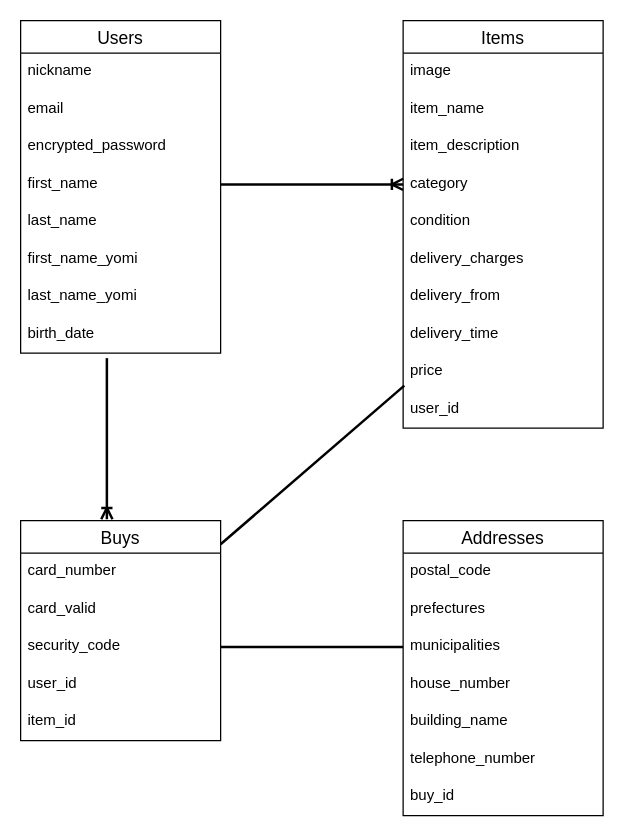
Before: ER図.dio in kazushoutora/furima-39238, a draw.io diagram. Source tidied: cells renumbered, new cells numbered last; positions are measured from the earlier drawing's top-left corner, leaving out a move shared by most shapes. Both pictures are drawn from the tidied source at 125%, with x=0, y=0 at pixel (20, 20).
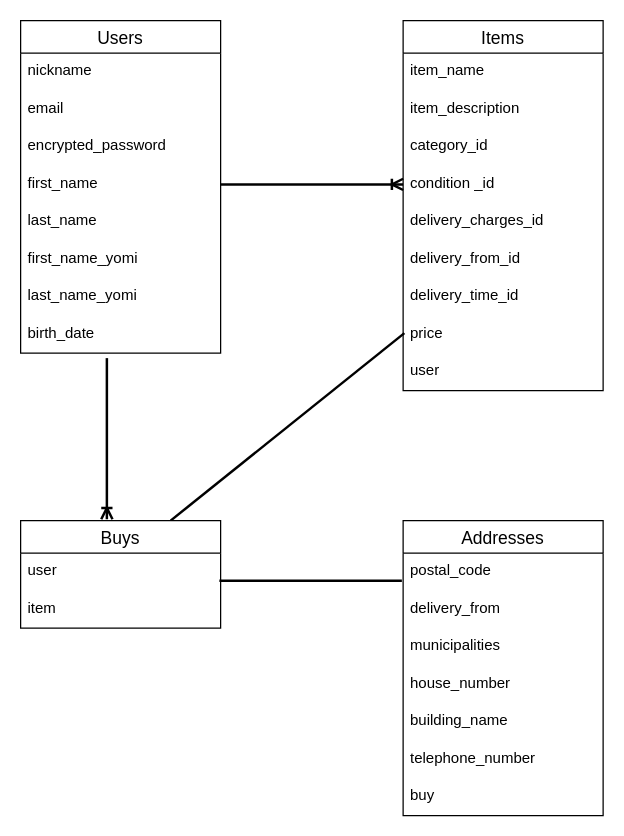
The same page after the edit.

Commit message (it also covers changes not shown here):
データベース設計修正2

The change refers to these unchanged cells:
```xml
<mxCell id="29" value="Addresses" style="swimlane;fontStyle=0;horizontal=1;startSize=26;align=center;fontSize=14;" parent="1" vertex="1">
  <mxGeometry x="306" y="400" width="160" height="236" as="geometry" />
</mxCell>
<mxCell id="32" value="municipalities" style="text;strokeColor=none;fillColor=none;spacingLeft=4;spacingRight=4;overflow=hidden;points=[[0,0.5],[1,0.5]];portConstraint=eastwest;fontSize=12;" parent="29" vertex="1">
  <mxGeometry y="86" width="160" height="30" as="geometry" />
</mxCell>
```

What changed in the source:
```diff
@@
     <mxCell id="11" value="Items" style="swimlane;fontStyle=0;horizontal=1;startSize=26;align=center;fontSize=14;" parent="1" vertex="1">
-      <mxGeometry x="306" width="160" height="326" as="geometry" />
+      <mxGeometry x="306" width="160" height="296" as="geometry" />
     </mxCell>
-    <mxCell id="12" value="image" style="text;strokeColor=none;fillColor=none;spacingLeft=4;spacingRight=4;overflow=hidden;fontSize=12;" parent="11" vertex="1">
-      <mxGeometry y="26" width="160" height="30" as="geometry" />
-    </mxCell>
     <mxCell id="13" value="item_name" style="text;strokeColor=none;fillColor=none;spacingLeft=4;spacingRight=4;overflow=hidden;fontSize=12;" parent="11" vertex="1">
-      <mxGeometry y="56" width="160" height="30" as="geometry" />
+      <mxGeometry y="26" width="160" height="30" as="geometry" />
     </mxCell>
     <mxCell id="14" value="item_description" style="text;strokeColor=none;fillColor=none;spacingLeft=4;spacingRight=4;overflow=hidden;fontSize=12;" parent="11" vertex="1">
-      <mxGeometry y="86" width="160" height="30" as="geometry" />
+      <mxGeometry y="56" width="160" height="30" as="geometry" />
     </mxCell>
-    <mxCell id="15" value="category" style="text;strokeColor=none;fillColor=none;spacingLeft=4;spacingRight=4;overflow=hidden;points=[[0,0.5],[1,0.5]];portConstraint=eastwest;fontSize=12;" parent="11" vertex="1">
-      <mxGeometry y="116" width="160" height="30" as="geometry" />
+    <mxCell id="15" value="category_id&#10;" style="text;strokeColor=none;fillColor=none;spacingLeft=4;spacingRight=4;overflow=hidden;points=[[0,0.5],[1,0.5]];portConstraint=eastwest;fontSize=12;" parent="11" vertex="1">
+      <mxGeometry y="86" width="160" height="30" as="geometry" />
     </mxCell>
-    <mxCell id="16" value="condition        " style="text;strokeColor=none;fillColor=none;spacingLeft=4;spacingRight=4;overflow=hidden;points=[[0,0.5],[1,0.5]];portConstraint=eastwest;fontSize=12;" parent="11" vertex="1">
-      <mxGeometry y="146" width="160" height="30" as="geometry" />
+    <mxCell id="16" value="condition _id" style="text;strokeColor=none;fillColor=none;spacingLeft=4;spacingRight=4;overflow=hidden;points=[[0,0.5],[1,0.5]];portConstraint=eastwest;fontSize=12;" parent="11" vertex="1">
+      <mxGeometry y="116" width="160" height="30" as="geometry" />
     </mxCell>
-    <mxCell id="17" value="delivery_charges" style="text;strokeColor=none;fillColor=none;spacingLeft=4;spacingRight=4;overflow=hidden;fontSize=12;" parent="11" vertex="1">
-      <mxGeometry y="176" width="160" height="30" as="geometry" />
+    <mxCell id="17" value="delivery_charges_id" style="text;strokeColor=none;fillColor=none;spacingLeft=4;spacingRight=4;overflow=hidden;fontSize=12;" parent="11" vertex="1">
+      <mxGeometry y="146" width="160" height="30" as="geometry" />
     </mxCell>
-    <mxCell id="18" value="delivery_from" style="text;strokeColor=none;fillColor=none;spacingLeft=4;spacingRight=4;overflow=hidden;fontSize=12;" parent="11" vertex="1">
-      <mxGeometry y="206" width="160" height="30" as="geometry" />
+    <mxCell id="18" value="delivery_from_id" style="text;strokeColor=none;fillColor=none;spacingLeft=4;spacingRight=4;overflow=hidden;fontSize=12;" parent="11" vertex="1">
+      <mxGeometry y="176" width="160" height="30" as="geometry" />
     </mxCell>
-    <mxCell id="19" value="delivery_time" style="text;strokeColor=none;fillColor=none;spacingLeft=4;spacingRight=4;overflow=hidden;fontSize=12;" parent="11" vertex="1">
-      <mxGeometry y="236" width="160" height="30" as="geometry" />
+    <mxCell id="19" value="delivery_time_id" style="text;strokeColor=none;fillColor=none;spacingLeft=4;spacingRight=4;overflow=hidden;fontSize=12;" parent="11" vertex="1">
+      <mxGeometry y="206" width="160" height="30" as="geometry" />
     </mxCell>
     <mxCell id="20" value="price" style="text;strokeColor=none;fillColor=none;spacingLeft=4;spacingRight=4;overflow=hidden;fontSize=12;" parent="11" vertex="1">
-      <mxGeometry y="266" width="160" height="30" as="geometry" />
+      <mxGeometry y="236" width="160" height="30" as="geometry" />
     </mxCell>
-    <mxCell id="21" value="user_id" style="text;strokeColor=none;fillColor=none;spacingLeft=4;spacingRight=4;overflow=hidden;points=[[0,0.5],[1,0.5]];portConstraint=eastwest;fontSize=12;" parent="11" vertex="1">
-      <mxGeometry y="296" width="160" height="30" as="geometry" />
+    <mxCell id="21" value="user" style="text;strokeColor=none;fillColor=none;spacingLeft=4;spacingRight=4;overflow=hidden;points=[[0,0.5],[1,0.5]];portConstraint=eastwest;fontSize=12;" parent="11" vertex="1">
+      <mxGeometry y="266" width="160" height="30" as="geometry" />
     </mxCell>
-    <mxCell id="22" style="edgeStyle=none;html=1;strokeWidth=2;endArrow=none;endFill=0;entryX=0.006;entryY=-0.133;entryDx=0;entryDy=0;entryPerimeter=0;" parent="1" edge="1" source="23" target="21">
-      <mxGeometry relative="1" as="geometry" />
+    <mxCell id="22" style="edgeStyle=none;html=1;strokeWidth=2;endArrow=none;endFill=0;entryX=0.006;entryY=-0.133;entryDx=0;entryDy=0;entryPerimeter=0;exitX=0.75;exitY=0;exitDx=0;exitDy=0;" parent="1" edge="1" source="23">
+      <mxGeometry relative="1" as="geometry">
+        <mxPoint x="307" y="250" as="targetPoint" />
+      </mxGeometry>
     </mxCell>
     <mxCell id="23" value="Buys" style="swimlane;fontStyle=0;horizontal=1;startSize=26;align=center;fontSize=14;" parent="1" vertex="1">
-      <mxGeometry y="400" width="160" height="176" as="geometry" />
+      <mxGeometry y="400" width="160" height="86" as="geometry" />
     </mxCell>
-    <mxCell id="24" value="card_number" style="text;strokeColor=none;fillColor=none;spacingLeft=4;spacingRight=4;overflow=hidden;fontSize=12;" parent="23" vertex="1">
-      <mxGeometry y="26" width="160" height="30" as="geometry" />
-    </mxCell>
-    <mxCell id="25" value="card_valid" style="text;strokeColor=none;fillColor=none;spacingLeft=4;spacingRight=4;overflow=hidden;fontSize=12;" parent="23" vertex="1">
-      <mxGeometry y="56" width="160" height="30" as="geometry" />
-    </mxCell>
-    <mxCell id="26" value="security_code" style="text;strokeColor=none;fillColor=none;spacingLeft=4;spacingRight=4;overflow=hidden;points=[[0,0.5],[1,0.5]];portConstraint=eastwest;fontSize=12;" parent="23" vertex="1">
-      <mxGeometry y="86" width="160" height="30" as="geometry" />
-    </mxCell>
-    <mxCell id="27" value="user_id" style="text;strokeColor=none;fillColor=none;spacingLeft=4;spacingRight=4;overflow=hidden;fontSize=12;" parent="23" vertex="1">
-      <mxGeometry y="116" width="160" height="30" as="geometry" />
+    <mxCell id="27" value="user" style="text;strokeColor=none;fillColor=none;spacingLeft=4;spacingRight=4;overflow=hidden;fontSize=12;" parent="23" vertex="1">
+      <mxGeometry y="26" width="160" height="30" as="geometry" />
     </mxCell>
-    <mxCell id="28" value="item_id" style="text;strokeColor=none;fillColor=none;spacingLeft=4;spacingRight=4;overflow=hidden;fontSize=12;" parent="23" vertex="1">
-      <mxGeometry y="146" width="160" height="30" as="geometry" />
+    <mxCell id="28" value="item" style="text;strokeColor=none;fillColor=none;spacingLeft=4;spacingRight=4;overflow=hidden;fontSize=12;" parent="23" vertex="1">
+      <mxGeometry y="56" width="160" height="30" as="geometry" />
     </mxCell>
@@
-    <mxCell id="31" value="prefectures" style="text;strokeColor=none;fillColor=none;spacingLeft=4;spacingRight=4;overflow=hidden;fontSize=12;" parent="29" vertex="1">
+    <mxCell id="31" value="delivery_from" style="text;strokeColor=none;fillColor=none;spacingLeft=4;spacingRight=4;overflow=hidden;fontSize=12;" parent="29" vertex="1">
       <mxGeometry y="56" width="160" height="30" as="geometry" />
     </mxCell>
@@
-    <mxCell id="36" value="buy_id" style="text;strokeColor=none;fillColor=none;spacingLeft=4;spacingRight=4;overflow=hidden;fontSize=12;" parent="29" vertex="1">
+    <mxCell id="36" value="buy" style="text;strokeColor=none;fillColor=none;spacingLeft=4;spacingRight=4;overflow=hidden;fontSize=12;" parent="29" vertex="1">
       <mxGeometry y="206" width="160" height="30" as="geometry" />
     </mxCell>
-    <mxCell id="37" style="edgeStyle=none;html=1;endArrow=ERoneToMany;endFill=0;strokeWidth=2;entryX=0;entryY=0.5;entryDx=0;entryDy=0;" parent="1" edge="1" target="15">
+    <mxCell id="37" style="edgeStyle=none;html=1;endArrow=ERoneToMany;endFill=0;strokeWidth=2;entryX=0;entryY=0.5;entryDx=0;entryDy=0;" parent="1" edge="1" target="16">
       <mxGeometry relative="1" as="geometry">
         <mxPoint x="160" y="131" as="sourcePoint" />
       </mxGeometry>
     </mxCell>
@@
-    <mxCell id="39" style="edgeStyle=none;html=1;exitX=1;exitY=0.5;exitDx=0;exitDy=0;entryX=0;entryY=0.5;entryDx=0;entryDy=0;strokeWidth=2;endArrow=none;endFill=0;" parent="1" edge="1" source="26" target="32">
-      <mxGeometry relative="1" as="geometry" />
+    <mxCell id="39" style="edgeStyle=none;html=1;exitX=1;exitY=0.5;exitDx=0;exitDy=0;entryX=0;entryY=0.5;entryDx=0;entryDy=0;strokeWidth=2;endArrow=none;endFill=0;" parent="1" edge="1">
+      <mxGeometry relative="1" as="geometry">
+        <mxPoint x="159" y="448" as="sourcePoint" />
+        <mxPoint x="305" y="448" as="targetPoint" />
+      </mxGeometry>
     </mxCell>
```
